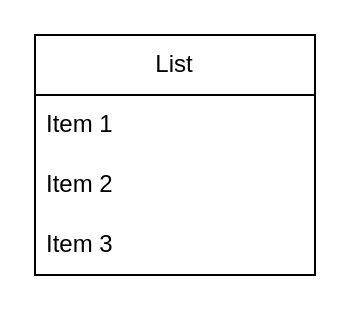
Above: Biểu đồ không có tiêu đề.drawio in voanlaptrinh/metahome (draw.io), before the change. Source tidied: cells renumbered, new cells numbered last; positions are measured from the earlier drawing's top-left corner, leaving out a move shared by most shapes. Both pictures are drawn from the tidied source at 200%, with x=0, y=0 at pixel (34, 34).
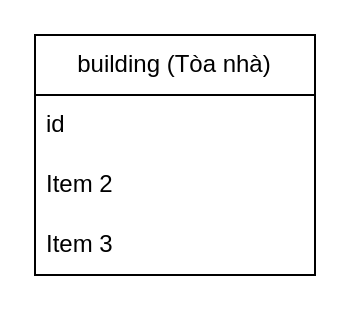
Above is the later version.

What changed in the source:
```diff
@@
 <mxGraphModel>
   <root>
     <mxCell id="0" />
     <mxCell id="1" parent="0" />
-    <mxCell id="2" value="List" style="swimlane;fontStyle=0;horizontal=1;startSize=30;whiteSpace=wrap;html=1;" parent="1" vertex="1">
+    <mxCell id="2" value="building (Tòa nhà)" style="swimlane;fontStyle=0;horizontal=1;startSize=30;whiteSpace=wrap;html=1;" parent="1" vertex="1">
       <mxGeometry width="140" height="120" as="geometry" />
     </mxCell>
-    <mxCell id="3" value="Item 1" style="text;strokeColor=none;fillColor=none;align=left;verticalAlign=middle;spacingLeft=4;spacingRight=4;overflow=hidden;whiteSpace=wrap;html=1;" parent="2" vertex="1">
+    <mxCell id="3" value="id&amp;nbsp;" style="text;strokeColor=none;fillColor=none;align=left;verticalAlign=middle;spacingLeft=4;spacingRight=4;overflow=hidden;whiteSpace=wrap;html=1;" parent="2" vertex="1">
       <mxGeometry y="30" width="140" height="30" as="geometry" />
     </mxCell>
     <mxCell id="4" value="Item 2" style="text;strokeColor=none;fillColor=none;align=left;verticalAlign=middle;spacingLeft=4;spacingRight=4;overflow=hidden;whiteSpace=wrap;html=1;" parent="2" vertex="1">
       <mxGeometry y="60" width="140" height="30" as="geometry" />
     </mxCell>
     <mxCell id="5" value="Item 3" style="text;strokeColor=none;fillColor=none;align=left;verticalAlign=middle;spacingLeft=4;spacingRight=4;overflow=hidden;whiteSpace=wrap;html=1;" parent="2" vertex="1">
       <mxGeometry y="90" width="140" height="30" as="geometry" />
     </mxCell>
   </root>
 </mxGraphModel>
```
